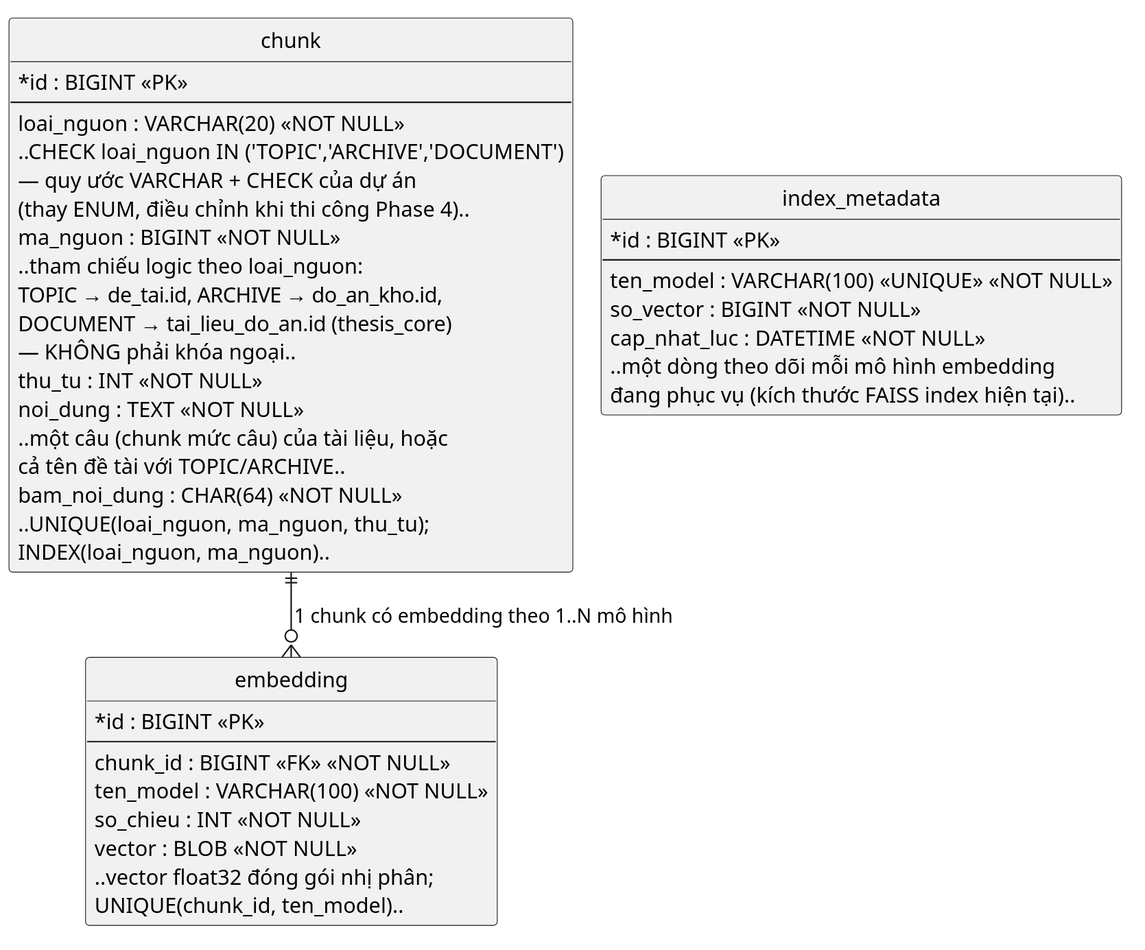
The PlantUML diagram docs/chuong-3-thiet-ke/csdl/erd-thesis-ai.svg in dtc235200036-alt/ICTU-DATN-NguyenThiMaiAnh, before a commit.
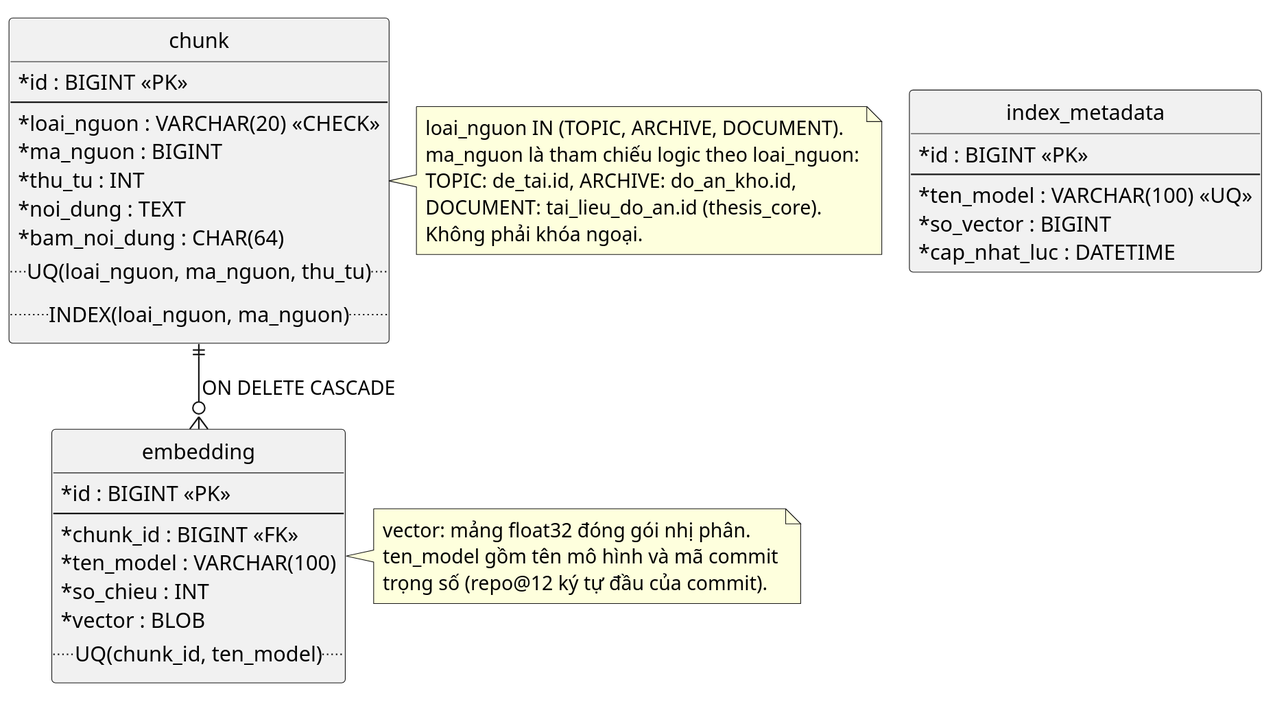
Above is the later version.

Diff of the diagram source:
```diff
@@ -7,49 +7,51 @@
 !pragma layout smetana
 hide circle
 skinparam linetype ortho
-
+skinparam nodesep 60
 
 entity "chunk" as chunk {
   *id : BIGINT <<PK>>
   --
-  loai_nguon : VARCHAR(20) <<NOT NULL>>
-  ..CHECK loai_nguon IN ('TOPIC','ARCHIVE','DOCUMENT')
-  — quy ước VARCHAR + CHECK của dự án
-  (thay ENUM, điều chỉnh khi thi công Phase 4)..
-  ma_nguon : BIGINT <<NOT NULL>>
-  ..tham chiếu logic theo loai_nguon:
-  TOPIC → de_tai.id, ARCHIVE → do_an_kho.id,
-  DOCUMENT → tai_lieu_do_an.id (thesis_core)
-  — KHÔNG phải khóa ngoại..
-  thu_tu : INT <<NOT NULL>>
-  noi_dung : TEXT <<NOT NULL>>
-  ..một câu (chunk mức câu) của tài liệu, hoặc
-  cả tên đề tài với TOPIC/ARCHIVE..
-  bam_noi_dung : CHAR(64) <<NOT NULL>>
-  ..UNIQUE(loai_nguon, ma_nguon, thu_tu);
-  INDEX(loai_nguon, ma_nguon)..
+  *loai_nguon : VARCHAR(20) <<CHECK>>
+  *ma_nguon : BIGINT
+  *thu_tu : INT
+  *noi_dung : TEXT
+  *bam_noi_dung : CHAR(64)
+  ..UQ(loai_nguon, ma_nguon, thu_tu)..
+  ..INDEX(loai_nguon, ma_nguon)..
 }
 
 entity "embedding" as embedding {
   *id : BIGINT <<PK>>
   --
-  chunk_id : BIGINT <<FK>> <<NOT NULL>>
-  ten_model : VARCHAR(100) <<NOT NULL>>
-  so_chieu : INT <<NOT NULL>>
-  vector : BLOB <<NOT NULL>>
-  ..vector float32 đóng gói nhị phân;
-  UNIQUE(chunk_id, ten_model)..
+  *chunk_id : BIGINT <<FK>>
+  *ten_model : VARCHAR(100)
+  *so_chieu : INT
+  *vector : BLOB
+  ..UQ(chunk_id, ten_model)..
 }
 
 entity "index_metadata" as index_metadata {
   *id : BIGINT <<PK>>
   --
-  ten_model : VARCHAR(100) <<UNIQUE>> <<NOT NULL>>
-  so_vector : BIGINT <<NOT NULL>>
-  cap_nhat_luc : DATETIME <<NOT NULL>>
-  ..một dòng theo dõi mỗi mô hình embedding
-  đang phục vụ (kích thước FAISS index hiện tại)..
+  *ten_model : VARCHAR(100) <<UQ>>
+  *so_vector : BIGINT
+  *cap_nhat_luc : DATETIME
 }
 
-chunk ||--o{ embedding : "1 chunk có embedding theo 1..N mô hình"
+chunk ||--o{ embedding : "ON DELETE CASCADE"
+
+note right of chunk
+  loai_nguon IN (TOPIC, ARCHIVE, DOCUMENT).
+  ma_nguon là tham chiếu logic theo loai_nguon:
+  TOPIC: de_tai.id, ARCHIVE: do_an_kho.id,
+  DOCUMENT: tai_lieu_do_an.id (thesis_core).
+  Không phải khóa ngoại.
+end note
+
+note right of embedding
+  vector: mảng float32 đóng gói nhị phân.
+  ten_model gồm tên mô hình và mã commit
+  trọng số (repo@12 ký tự đầu của commit).
+end note
 @enduml
```
